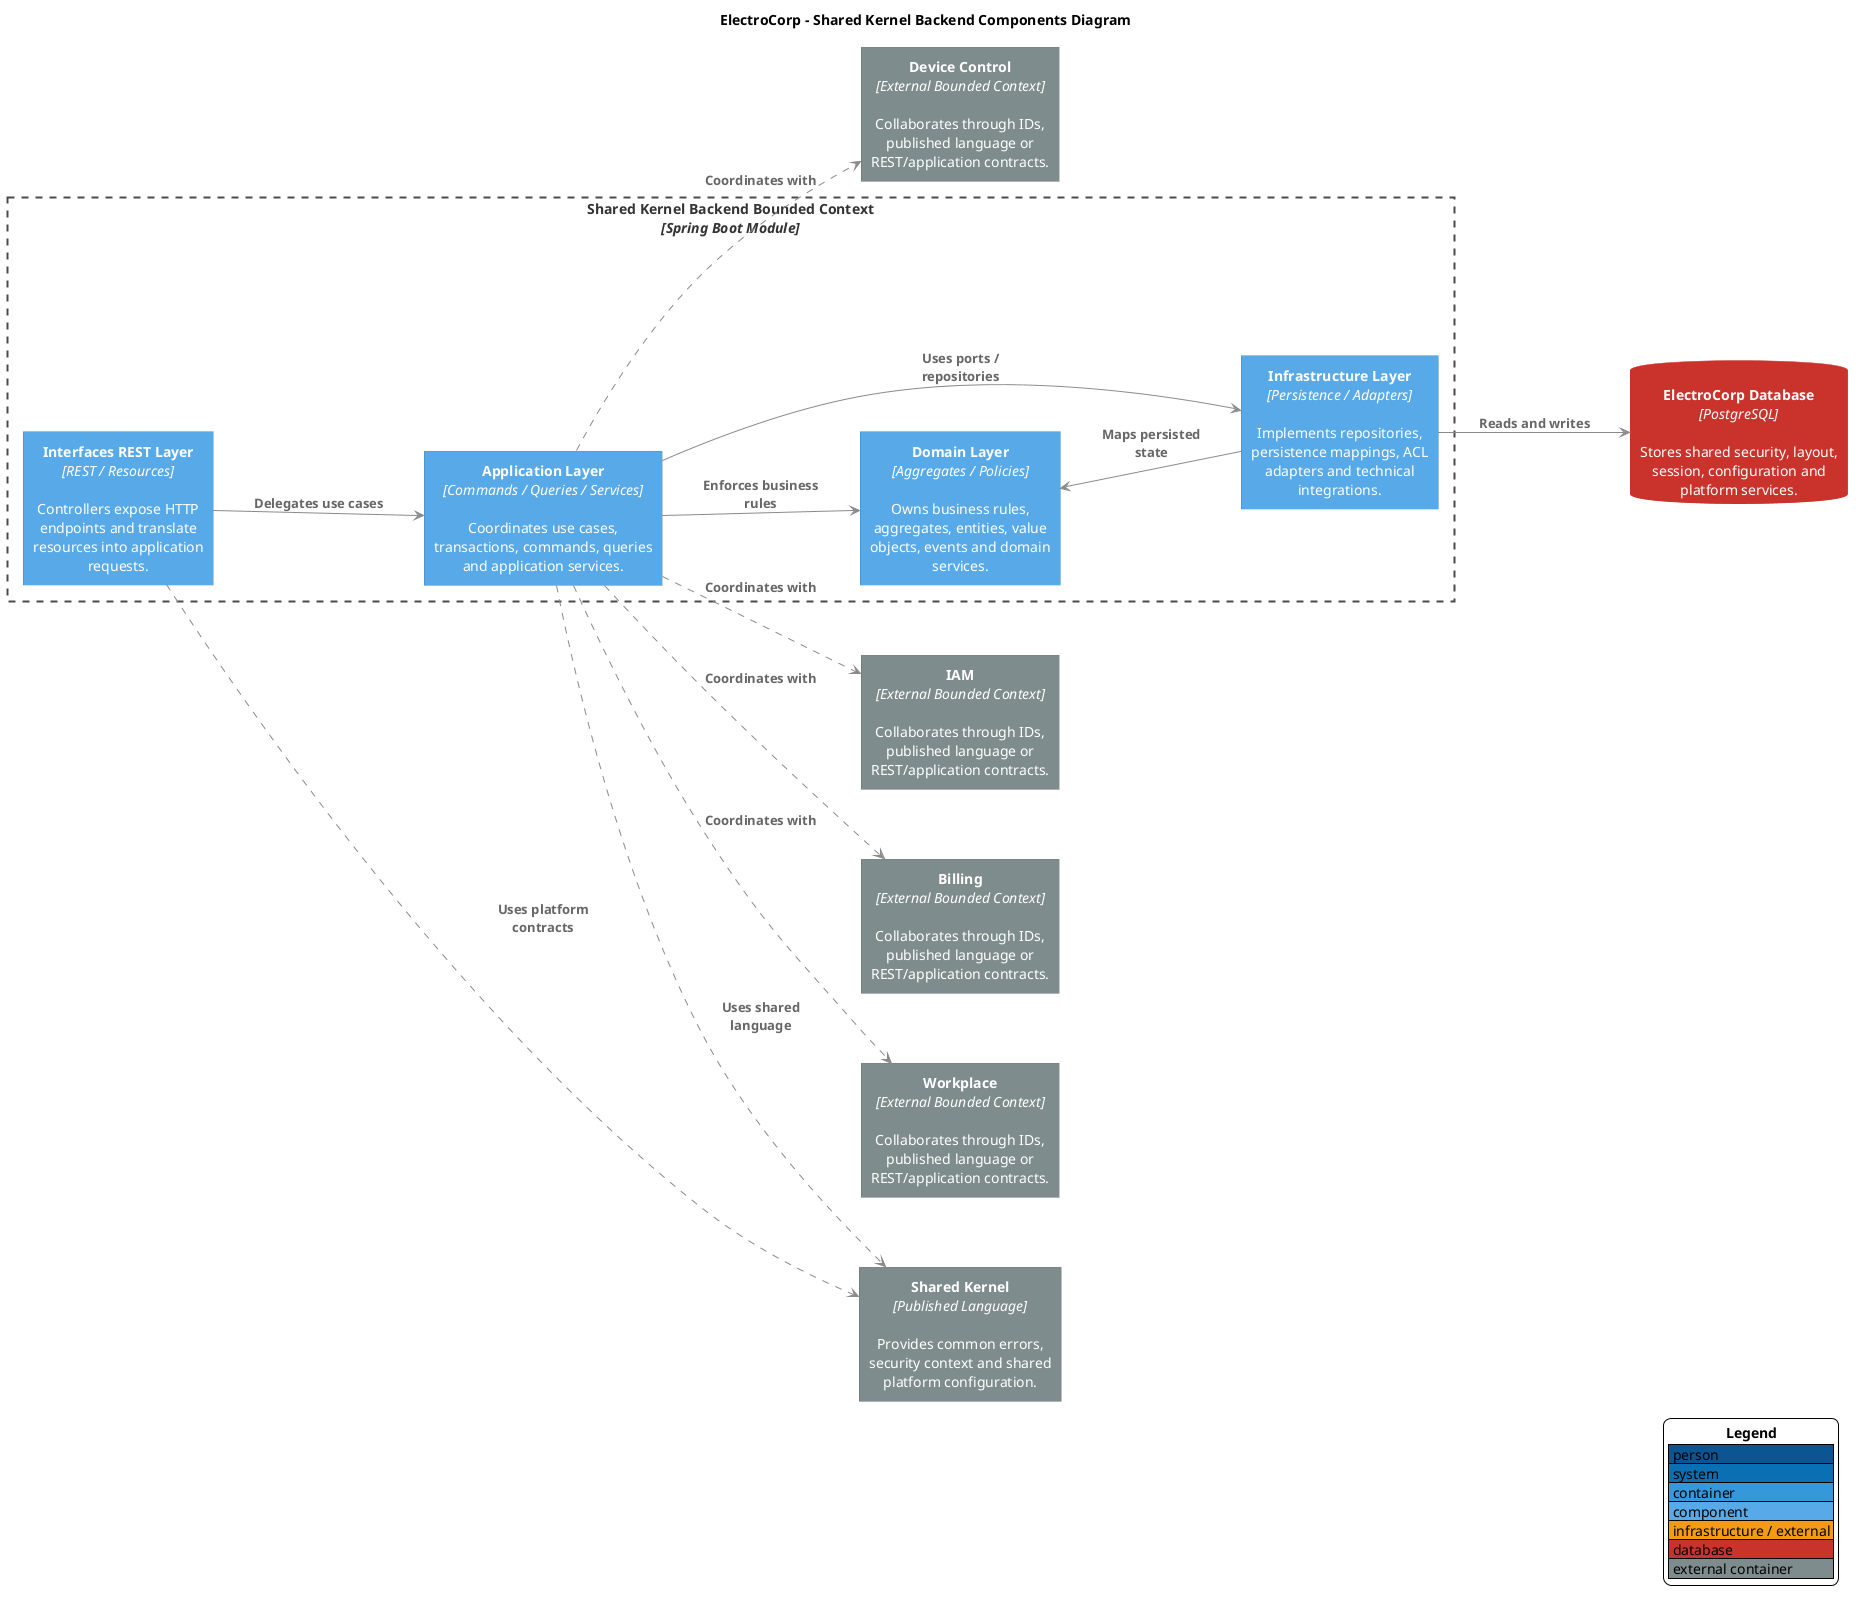
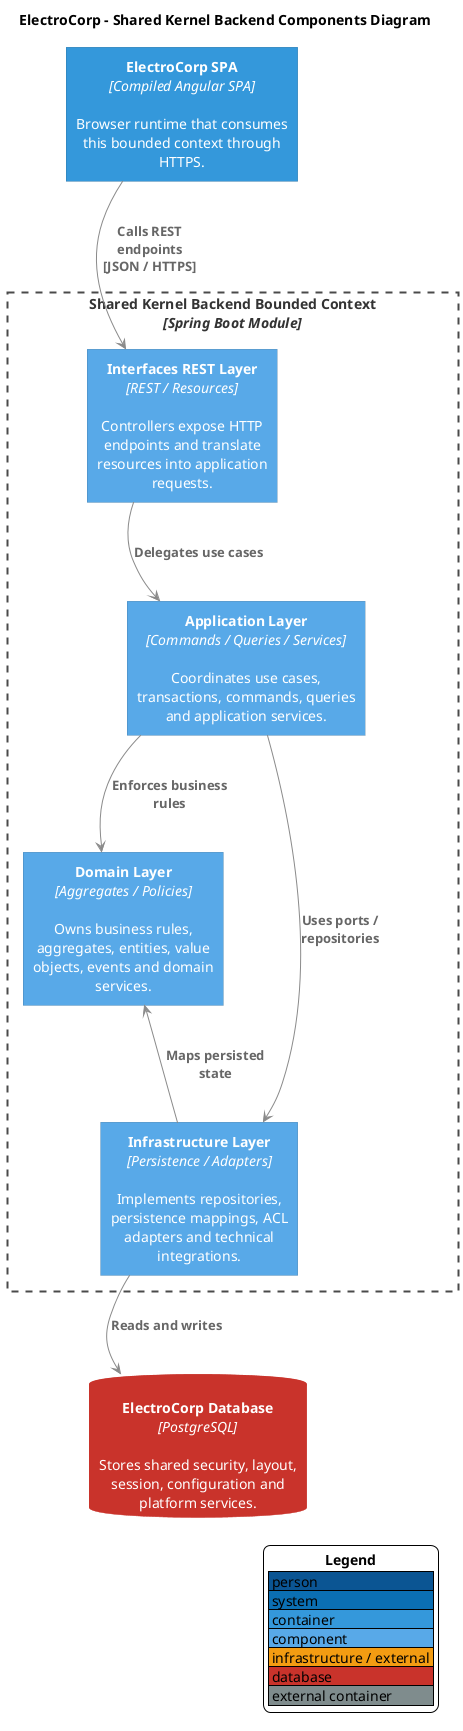
@startuml
skinparam backgroundColor #FFFFFF
skinparam shadowing false
skinparam defaultFontName Arial
skinparam defaultTextAlignment center
skinparam wrapWidth 220
skinparam maxMessageSize 130
skinparam nodesep 70
skinparam ranksep 80
skinparam ArrowColor #8A8A8A
skinparam ArrowFontColor #666666
skinparam ArrowFontStyle bold
skinparam ArrowThickness 1
skinparam rectangleRoundCorner 0
skinparam rectangleBorderThickness 0
skinparam rectangleFontColor #FFFFFF
skinparam rectangleFontStyle plain
skinparam rectangle {
  BorderThickness 0
  MinimumWidth 190
  Padding 12
}
skinparam database {
  MinimumWidth 210
  Padding 12
}
skinparam rectangle<<SystemBoundary>> {
  BackgroundColor transparent
  BorderColor #4A4A4A
  BorderThickness 2
  BorderStyle dashed
  FontColor #333333
  FontStyle bold
  MinimumWidth 760
  Padding 18
}
skinparam rectangle<<BoundedContext>> {
  BackgroundColor transparent
  BorderColor #4A4A4A
  BorderThickness 2
  BorderStyle dashed
  FontColor #333333
  FontStyle bold
  MinimumWidth 760
  Padding 18
}
skinparam databaseBackgroundColor #C9332B
skinparam databaseBorderColor #C9332B
skinparam databaseFontColor #FFFFFF
skinparam databaseFontStyle plain
hide stereotype
- left to right direction
+ top to bottom direction

title ElectroCorp - Shared Kernel Backend Components Diagram
+ 
+ rectangle "<b>ElectroCorp SPA</b>\n<i>[Compiled Angular SPA]</i>\n\nBrowser runtime that consumes this bounded context through HTTPS." as Spa #3498DB

rectangle "<b>Shared Kernel Backend Bounded Context</b>\n<i>[Spring Boot Module]</i>" <<BoundedContext>> {
  rectangle "<b>Interfaces REST Layer</b>\n<i>[REST / Resources]</i>\n\nControllers expose HTTP endpoints and translate resources into application requests." as Interfaces #58A9E8
  rectangle "<b>Application Layer</b>\n<i>[Commands / Queries / Services]</i>\n\nCoordinates use cases, transactions, commands, queries and application services." as Application #58A9E8
  rectangle "<b>Domain Layer</b>\n<i>[Aggregates / Policies]</i>\n\nOwns business rules, aggregates, entities, value objects, events and domain services." as Domain #58A9E8
  rectangle "<b>Infrastructure Layer</b>\n<i>[Persistence / Adapters]</i>\n\nImplements repositories, persistence mappings, ACL adapters and technical integrations." as Infrastructure #58A9E8
}
database "<b>ElectroCorp Database</b>\n<i>[PostgreSQL]</i>\n\nStores shared security, layout, session, configuration and platform services." as Database
- rectangle "<b>Shared Kernel</b>\n<i>[Published Language]</i>\n\nProvides common errors, security context and shared platform configuration." as Shared #7F8C8D
- rectangle "<b>IAM</b>\n<i>[External Bounded Context]</i>\n\nCollaborates through IDs, published language or REST/application contracts." as Dep0 #7F8C8D
- rectangle "<b>Billing</b>\n<i>[External Bounded Context]</i>\n\nCollaborates through IDs, published language or REST/application contracts." as Dep1 #7F8C8D
- rectangle "<b>Workplace</b>\n<i>[External Bounded Context]</i>\n\nCollaborates through IDs, published language or REST/application contracts." as Dep2 #7F8C8D
- rectangle "<b>Device Control</b>\n<i>[External Bounded Context]</i>\n\nCollaborates through IDs, published language or REST/application contracts." as Dep3 #7F8C8D

+ Spa --> Interfaces : Calls REST endpoints\n[JSON / HTTPS]
Interfaces --> Application : Delegates use cases
Application --> Domain : Enforces business rules
Application --> Infrastructure : Uses ports / repositories
Infrastructure --> Domain : Maps persisted state
Infrastructure --> Database : Reads and writes
- Interfaces ..> Shared : Uses platform contracts
- Application ..> Shared : Uses shared language
- Application ..> Dep0 : Coordinates with
- Application ..> Dep1 : Coordinates with
- Application ..> Dep2 : Coordinates with
- Application ..> Dep3 : Coordinates with

- Interfaces -[hidden]right- Application
- Application -[hidden]right- Domain
+ Spa -[hidden]down- Interfaces
+ Interfaces -[hidden]down- Application
+ Application -[hidden]down- Domain
Domain -[hidden]right- Infrastructure
+ Infrastructure -[hidden]down- Database

legend right
  <b>Legend</b>
  |<#0B5593> person |
  |<#0B6FB3> system |
  |<#3498DB> container |
  |<#58A9E8> component |
  |<#F39C12> infrastructure / external |
  |<#C9332B> database |
  |<#7F8C8D> external container |
endlegend

@enduml
